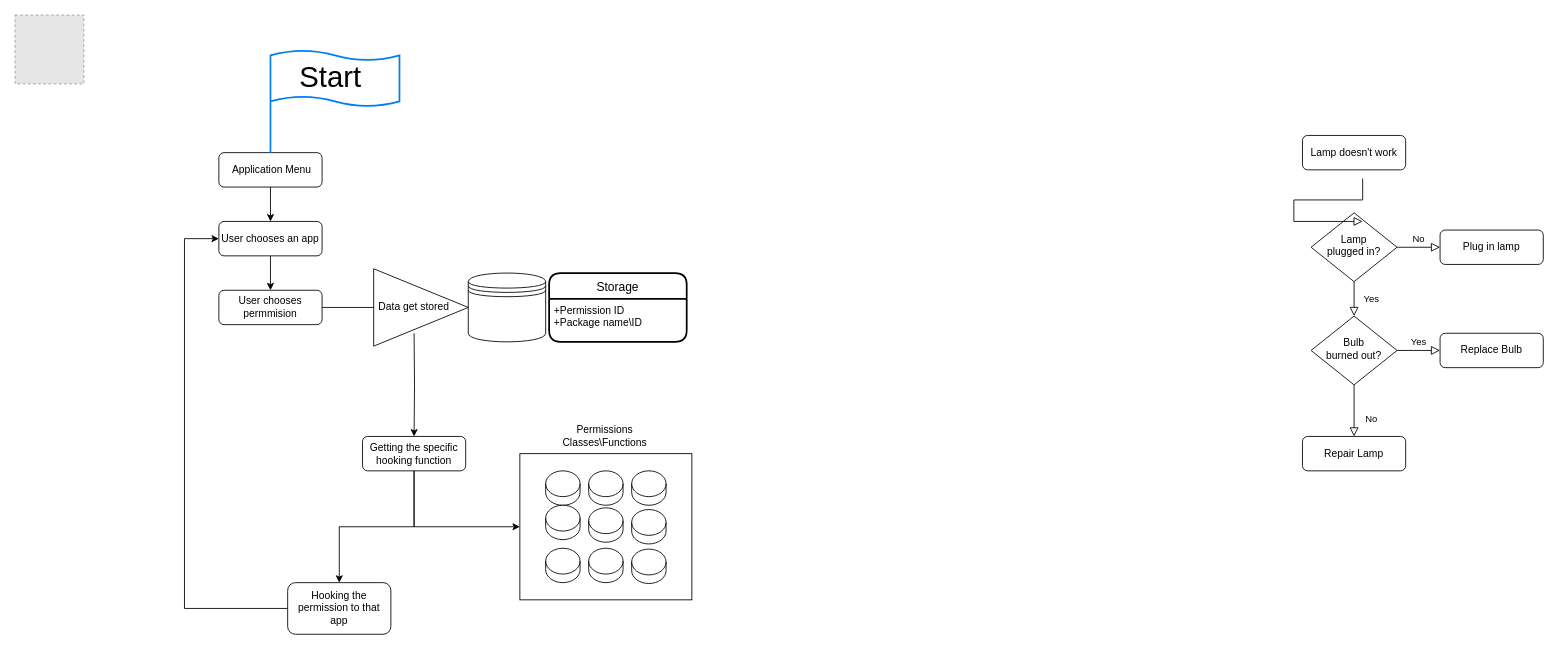
0xToxey/VirtuallyPrivate keeps this draw.io diagram as VirtuallyPrivate.drawio. Above is the earlier version. Source tidied: cells renumbered, new cells numbered last; positions are measured from the earlier drawing's top-left corner, leaving out a move shared by most shapes. Both pictures are drawn from the tidied source at 86%, with x=0, y=0 at pixel (15, 15). Pictures stored in the file or linked from it are replaced by grey dashed boxes.
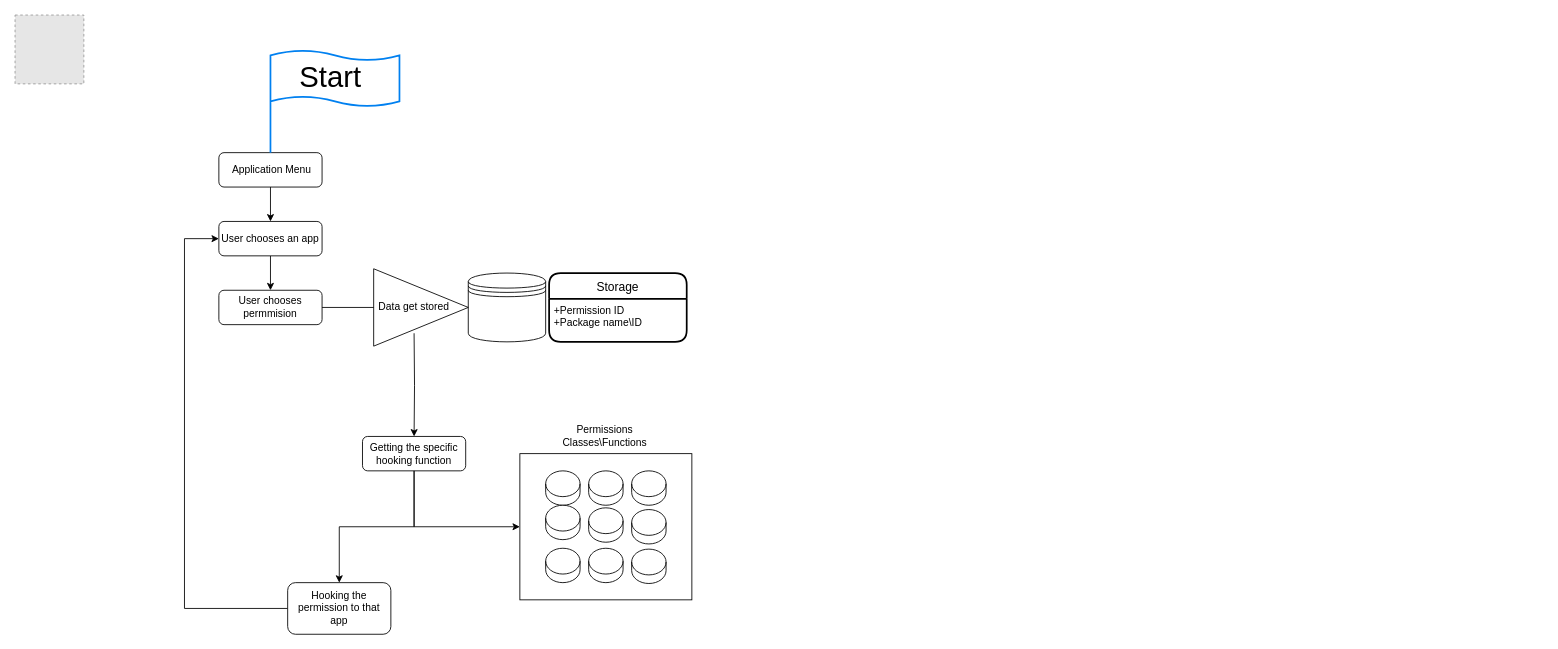
After the change.

The edit, as a diff of the source:
```diff
@@
-    <mxCell id="2" value="Lamp doesn't work" style="rounded=1;whiteSpace=wrap;html=1;fontSize=12;glass=0;strokeWidth=1;shadow=0;" parent="1" vertex="1">
-      <mxGeometry x="1497" y="140" width="120" height="40" as="geometry" />
-    </mxCell>
-    <mxCell id="3" value="Yes" style="rounded=0;html=1;jettySize=auto;fontSize=11;endArrow=block;endFill=0;endSize=8;strokeWidth=1;shadow=0;labelBackgroundColor=none;edgeStyle=orthogonalEdgeStyle;" parent="1" edge="1" source="5" target="9">
-      <mxGeometry y="20" relative="1" as="geometry" />
-    </mxCell>
-    <mxCell id="4" value="No" style="edgeStyle=orthogonalEdgeStyle;rounded=0;html=1;jettySize=auto;fontSize=11;endArrow=block;endFill=0;endSize=8;strokeWidth=1;shadow=0;labelBackgroundColor=none;" parent="1" edge="1" source="5" target="6">
-      <mxGeometry y="10" relative="1" as="geometry" />
-    </mxCell>
-    <mxCell id="5" value="Lamp&lt;br&gt;plugged in?" style="rhombus;whiteSpace=wrap;html=1;shadow=0;fontFamily=Helvetica;fontSize=12;align=center;strokeWidth=1;spacing=6;spacingTop=-4;" parent="1" vertex="1">
-      <mxGeometry x="1507" y="230" width="100" height="80" as="geometry" />
-    </mxCell>
-    <mxCell id="6" value="Plug in lamp" style="rounded=1;whiteSpace=wrap;html=1;fontSize=12;glass=0;strokeWidth=1;shadow=0;" parent="1" vertex="1">
-      <mxGeometry x="1657" y="250" width="120" height="40" as="geometry" />
-    </mxCell>
-    <mxCell id="7" value="No" style="rounded=0;html=1;jettySize=auto;fontSize=11;endArrow=block;endFill=0;endSize=8;strokeWidth=1;shadow=0;labelBackgroundColor=none;edgeStyle=orthogonalEdgeStyle;" parent="1" edge="1" source="9" target="10">
-      <mxGeometry x="0.33" y="20" relative="1" as="geometry" />
-    </mxCell>
-    <mxCell id="8" value="Yes" style="edgeStyle=orthogonalEdgeStyle;rounded=0;html=1;jettySize=auto;fontSize=11;endArrow=block;endFill=0;endSize=8;strokeWidth=1;shadow=0;labelBackgroundColor=none;" parent="1" edge="1" source="9" target="11">
-      <mxGeometry y="10" relative="1" as="geometry" />
-    </mxCell>
-    <mxCell id="9" value="Bulb&lt;br&gt;burned out?" style="rhombus;whiteSpace=wrap;html=1;shadow=0;fontFamily=Helvetica;fontSize=12;align=center;strokeWidth=1;spacing=6;spacingTop=-4;" parent="1" vertex="1">
-      <mxGeometry x="1507" y="350" width="100" height="80" as="geometry" />
-    </mxCell>
-    <mxCell id="10" value="Repair Lamp" style="rounded=1;whiteSpace=wrap;html=1;fontSize=12;glass=0;strokeWidth=1;shadow=0;" parent="1" vertex="1">
-      <mxGeometry x="1497" y="490" width="120" height="40" as="geometry" />
-    </mxCell>
-    <mxCell id="11" value="Replace Bulb" style="rounded=1;whiteSpace=wrap;html=1;fontSize=12;glass=0;strokeWidth=1;shadow=0;" parent="1" vertex="1">
-      <mxGeometry x="1657" y="370" width="120" height="40" as="geometry" />
-    </mxCell>
@@
-    <mxCell id="15" style="rounded=0;html=1;jettySize=auto;orthogonalLoop=1;fontSize=11;endArrow=block;endFill=0;endSize=8;strokeWidth=1;shadow=0;labelBackgroundColor=none;edgeStyle=orthogonalEdgeStyle;" parent="1" edge="1">
-      <mxGeometry relative="1" as="geometry">
-        <mxPoint x="1567" y="190" as="sourcePoint" />
-        <mxPoint x="1567" y="240" as="targetPoint" />
-        <Array as="points">
-          <mxPoint x="1567" y="215" />
-          <mxPoint x="1487" y="215" />
-          <mxPoint x="1487" y="240" />
-        </Array>
-      </mxGeometry>
-    </mxCell>
```
